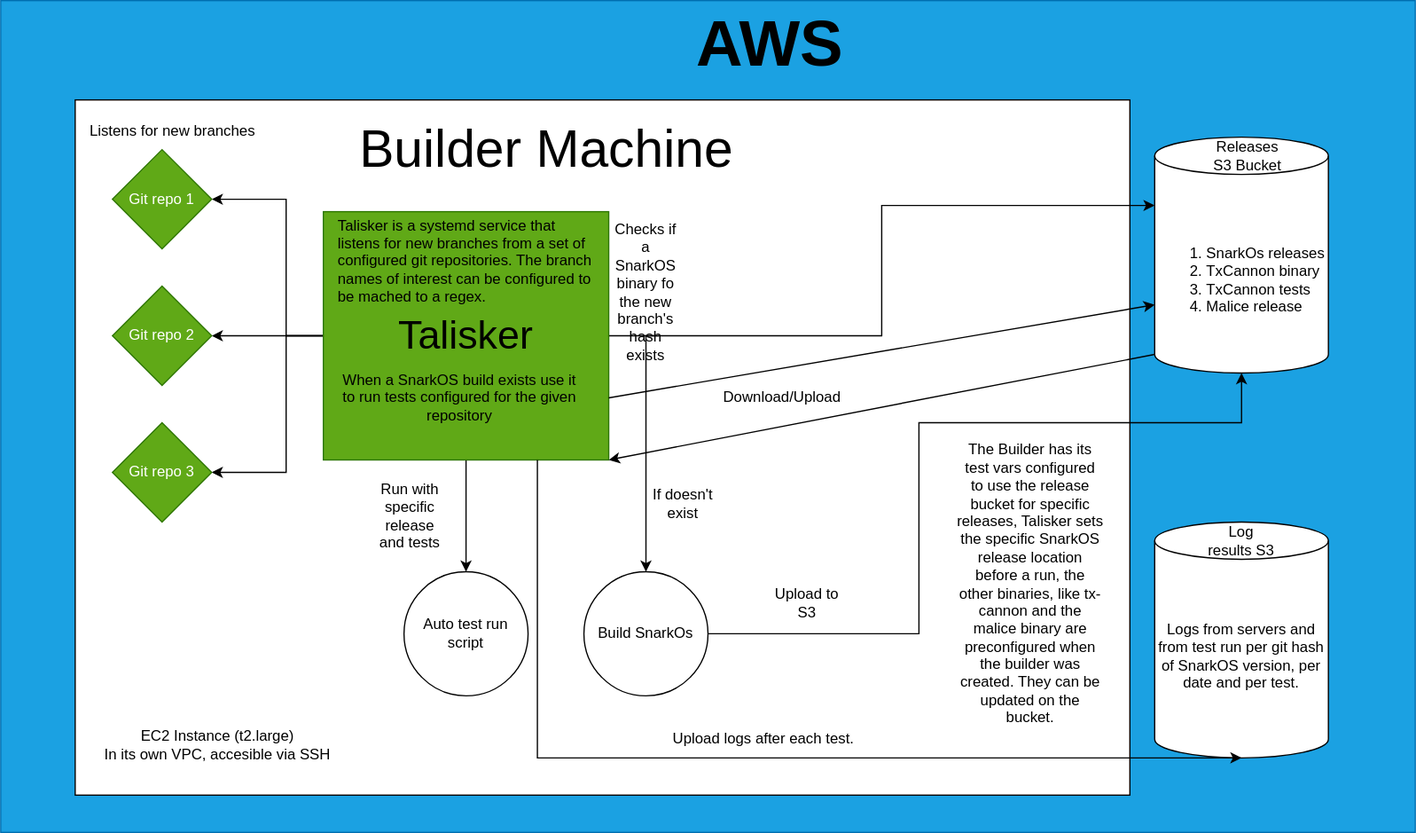
Before: builder/images/diagram.svg, a diagram exported from draw.io (vicsn/snarkos-stress-testing). Source tidied: cells renumbered, new cells last; positions are measured from the earlier drawing's top-left corner, leaving out a move shared by most shapes.
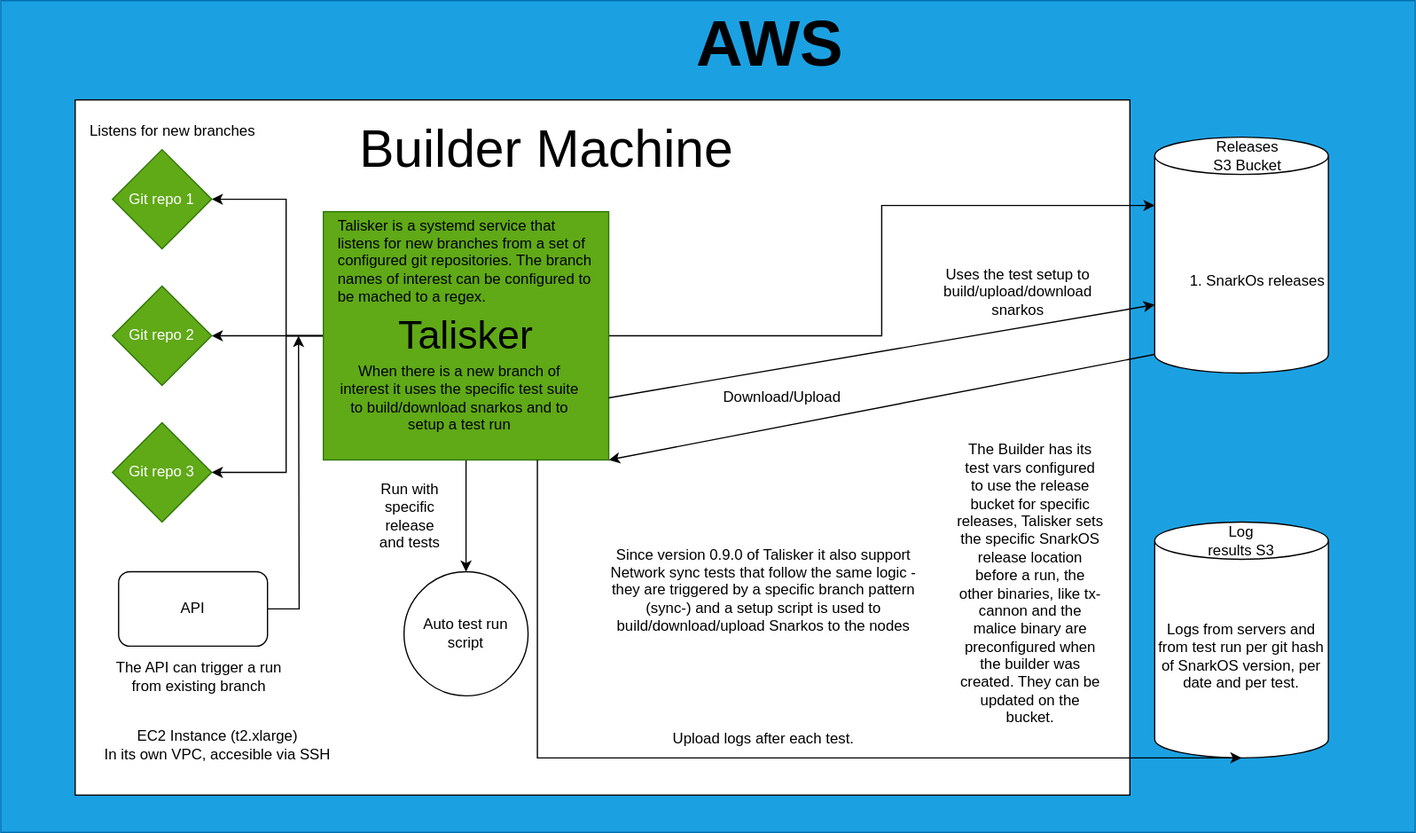
The same file after the commit.

What changed in the source:
```diff
@@ -35,13 +35,6 @@
         </Array>
       </mxGeometry>
     </mxCell>
-    <mxCell id="8" style="edgeStyle=orthogonalEdgeStyle;rounded=0;jettySize=auto;html=1;entryX=0.5;entryY=0;entryDx=0;entryDy=0;exitX=0.667;exitY=1.667;exitDx=0;exitDy=0;exitPerimeter=0;strokeColor=light-dark(#000000,#FF0000);" parent="1" edge="1" source="19" target="21">
-      <mxGeometry relative="1" as="geometry">
-        <Array as="points">
-          <mxPoint x="520" y="270" />
-        </Array>
-      </mxGeometry>
-    </mxCell>
     <mxCell id="9" style="edgeStyle=orthogonalEdgeStyle;rounded=0;jettySize=auto;html=1;entryX=0.5;entryY=0;entryDx=0;entryDy=0;" parent="1" edge="1" source="10" target="25">
       <mxGeometry relative="1" as="geometry" />
     </mxCell>
@@ -66,34 +59,13 @@
     <mxCell id="16" value="Listens for new branches" style="text;html=1;align=left;verticalAlign=middle;whiteSpace=wrap;rounded=0;" parent="1" vertex="1">
       <mxGeometry x="70" y="90" width="170" height="30" as="geometry" />
     </mxCell>
-    <mxCell id="17" value="&lt;br&gt;&lt;div&gt;&lt;ol&gt;&lt;li&gt;SnarkOs releases&lt;/li&gt;&lt;li&gt;TxCannon binary&lt;br&gt;&lt;/li&gt;&lt;li&gt;TxCannon tests&lt;/li&gt;&lt;li&gt;Malice release&lt;/li&gt;&lt;/ol&gt;&lt;/div&gt;" style="shape=cylinder3;whiteSpace=wrap;html=1;boundedLbl=1;backgroundOutline=1;size=15;fillColor=light-dark(#FFFFFF,#4B541D);align=left;" parent="1" vertex="1">
+    <mxCell id="17" value="&lt;br&gt;&lt;div&gt;&lt;ol&gt;&lt;li&gt;SnarkOs releases&lt;/li&gt;&lt;/ol&gt;&lt;/div&gt;" style="shape=cylinder3;whiteSpace=wrap;html=1;boundedLbl=1;backgroundOutline=1;size=15;fillColor=light-dark(#FFFFFF,#4B541D);align=left;" parent="1" vertex="1">
       <mxGeometry x="930" y="110" width="140" height="190" as="geometry" />
     </mxCell>
     <mxCell id="18" value="&lt;span style=&quot;text-align: left;&quot;&gt;Releases S3 Bucket&lt;/span&gt;" style="text;html=1;align=center;verticalAlign=middle;whiteSpace=wrap;rounded=0;" parent="1" vertex="1">
       <mxGeometry x="970" y="110" width="70" height="30" as="geometry" />
     </mxCell>
-    <mxCell id="19" value="Checks if a SnarkOS binary fo the new branch's hash exists" style="text;html=1;align=center;verticalAlign=middle;whiteSpace=wrap;rounded=0;" parent="1" vertex="1">
-      <mxGeometry x="490" y="220" width="60" height="30" as="geometry" />
-    </mxCell>
-    <mxCell id="20" style="edgeStyle=orthogonalEdgeStyle;rounded=0;jettySize=auto;html=1;fillColor=light-dark(transparent,#97D077);strokeColor=light-dark(#000000,#80FF00);" parent="1" edge="1" source="21" target="17">
-      <mxGeometry relative="1" as="geometry">
-        <Array as="points">
-          <mxPoint x="740" y="510" />
-          <mxPoint x="740" y="340" />
-          <mxPoint x="1000" y="340" />
-        </Array>
-      </mxGeometry>
-    </mxCell>
-    <mxCell id="21" value="Build SnarkOs" style="ellipse;whiteSpace=wrap;html=1;" parent="1" vertex="1">
-      <mxGeometry x="470" y="460" width="100" height="100" as="geometry" />
-    </mxCell>
-    <mxCell id="22" value="If doesn't exist" style="text;html=1;align=center;verticalAlign=middle;whiteSpace=wrap;rounded=0;" parent="1" vertex="1">
-      <mxGeometry x="520" y="390" width="60" height="30" as="geometry" />
-    </mxCell>
-    <mxCell id="23" value="Upload to S3" style="text;html=1;align=center;verticalAlign=middle;whiteSpace=wrap;rounded=0;" parent="1" vertex="1">
-      <mxGeometry x="620" y="470" width="60" height="30" as="geometry" />
-    </mxCell>
-    <mxCell id="24" value="When a SnarkOS build exists use it to run tests configured for the given repository" style="text;html=1;align=center;verticalAlign=middle;whiteSpace=wrap;rounded=0;" parent="1" vertex="1">
+    <mxCell id="24" value="When there is a new branch of interest it uses the specific test suite to build/download snarkos and to setup a test run" style="text;html=1;align=center;verticalAlign=middle;whiteSpace=wrap;rounded=0;" parent="1" vertex="1">
       <mxGeometry x="270" y="290" width="200" height="60" as="geometry" />
     </mxCell>
     <mxCell id="25" value="Auto test run script" style="ellipse;whiteSpace=wrap;html=1;" parent="1" vertex="1">
@@ -133,7 +105,7 @@
     <mxCell id="34" value="Upload logs after each test." style="text;html=1;align=center;verticalAlign=middle;whiteSpace=wrap;rounded=0;" parent="1" vertex="1">
       <mxGeometry x="520" y="580" width="190" height="30" as="geometry" />
     </mxCell>
-    <mxCell id="35" value="EC2 Instance (t2.large)&lt;div&gt;In its own VPC, accesible via SSH&lt;/div&gt;" style="text;html=1;align=center;verticalAlign=middle;whiteSpace=wrap;rounded=0;" parent="1" vertex="1">
+    <mxCell id="35" value="EC2 Instance (t2.xlarge)&lt;div&gt;In its own VPC, accesible via SSH&lt;/div&gt;" style="text;html=1;align=center;verticalAlign=middle;whiteSpace=wrap;rounded=0;" parent="1" vertex="1">
       <mxGeometry x="70" y="585" width="210" height="30" as="geometry" />
     </mxCell>
     <mxCell id="36" value="The Builder has its test vars configured to use the release bucket for specific releases, Talisker sets the specific SnarkOS release location before a run, the other binaries, like tx-cannon and the malice binary are preconfigured when the builder was created. They can be updated on the bucket." style="text;html=1;align=center;verticalAlign=middle;whiteSpace=wrap;rounded=0;" parent="1" vertex="1">
@@ -142,5 +114,22 @@
     <mxCell id="37" value="&lt;b&gt;&lt;font style=&quot;font-size: 52px;&quot;&gt;AWS&lt;/font&gt;&lt;/b&gt;" style="text;html=1;align=center;verticalAlign=middle;whiteSpace=wrap;rounded=0;" parent="1" vertex="1">
       <mxGeometry x="590" y="20" width="60" height="30" as="geometry" />
     </mxCell>
+    <mxCell id="38" value="Uses the test setup to build/upload/download snarkos" style="text;html=1;align=center;verticalAlign=middle;whiteSpace=wrap;rounded=0;" parent="1" vertex="1">
+      <mxGeometry x="790" y="220" width="60" height="30" as="geometry" />
+    </mxCell>
+    <mxCell id="39" style="edgeStyle=orthogonalEdgeStyle;rounded=0;jettySize=auto;html=1;" parent="1" edge="1" source="40">
+      <mxGeometry relative="1" as="geometry">
+        <mxPoint x="240" y="270" as="targetPoint" />
+      </mxGeometry>
+    </mxCell>
+    <mxCell id="40" value="API" style="rounded=1;whiteSpace=wrap;html=1;" parent="1" vertex="1">
+      <mxGeometry x="95" y="460" width="120" height="60" as="geometry" />
+    </mxCell>
+    <mxCell id="41" value="The API can trigger a run from existing branch" style="text;html=1;align=center;verticalAlign=middle;whiteSpace=wrap;rounded=0;" parent="1" vertex="1">
+      <mxGeometry x="90" y="530" width="140" height="30" as="geometry" />
+    </mxCell>
+    <mxCell id="42" value="Since version 0.9.0 of Talisker it also support Network sync tests that follow the same logic - they are triggered by a specific branch pattern (sync-) and a setup script is used to build/download/upload Snarkos to the nodes" style="text;html=1;align=center;verticalAlign=middle;whiteSpace=wrap;rounded=0;" parent="1" vertex="1">
+      <mxGeometry x="490" y="430" width="250" height="90" as="geometry" />
+    </mxCell>
   </root>
 </mxGraphModel>
```
